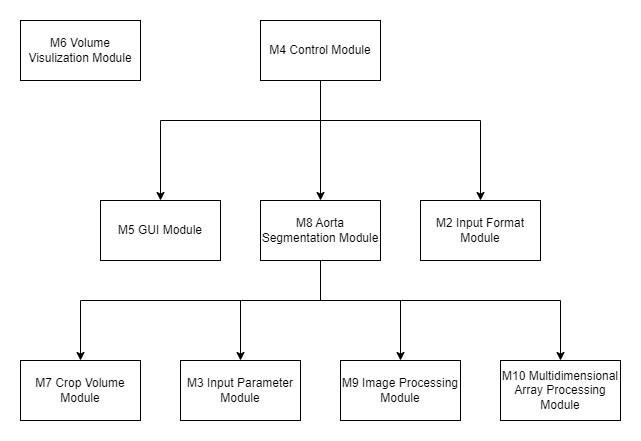
This is docs/Design/MG/UsesHierarchy.png from smiths/aorta, a draw.io export, as it was before one commit. Source tidied: cells renumbered, new cells last; positions are measured from the earlier drawing's top-left corner, leaving out a move shared by most shapes. Its diagram source:
```xml
<mxGraphModel>
  <root>
    <mxCell id="0" />
    <mxCell id="1" parent="0" />
    <mxCell id="2" value="M5 GUI Module" style="rounded=0;whiteSpace=wrap;html=1;" parent="1" vertex="1">
      <mxGeometry x="80" y="180" width="120" height="60" as="geometry" />
    </mxCell>
    <mxCell id="3" value="M2 Input Format Module" style="rounded=0;whiteSpace=wrap;html=1;" parent="1" vertex="1">
      <mxGeometry x="400" y="180" width="120" height="60" as="geometry" />
    </mxCell>
    <mxCell id="4" style="edgeStyle=orthogonalEdgeStyle;rounded=0;jettySize=auto;html=1;" parent="1" edge="1" source="7" target="3">
      <mxGeometry relative="1" as="geometry">
        <Array as="points">
          <mxPoint x="300" y="100" />
          <mxPoint x="460" y="100" />
        </Array>
      </mxGeometry>
    </mxCell>
    <mxCell id="5" style="edgeStyle=orthogonalEdgeStyle;rounded=0;jettySize=auto;html=1;" parent="1" edge="1" source="7" target="14">
      <mxGeometry relative="1" as="geometry" />
    </mxCell>
    <mxCell id="6" style="edgeStyle=orthogonalEdgeStyle;rounded=0;jettySize=auto;html=1;entryX=0.5;entryY=0;entryDx=0;entryDy=0;" parent="1" edge="1" source="7" target="2">
      <mxGeometry relative="1" as="geometry">
        <Array as="points">
          <mxPoint x="300" y="100" />
          <mxPoint x="140" y="100" />
        </Array>
      </mxGeometry>
    </mxCell>
    <mxCell id="7" value="M4 Control Module" style="rounded=0;whiteSpace=wrap;html=1;" parent="1" vertex="1">
      <mxGeometry x="240" width="120" height="60" as="geometry" />
    </mxCell>
    <mxCell id="8" value="M6 Volume Visulization Module" style="rounded=0;whiteSpace=wrap;html=1;" parent="1" vertex="1">
      <mxGeometry width="120" height="60" as="geometry" />
    </mxCell>
    <mxCell id="9" value="M7 Crop Volume Module" style="rounded=0;whiteSpace=wrap;html=1;" parent="1" vertex="1">
      <mxGeometry y="340" width="120" height="60" as="geometry" />
    </mxCell>
    <mxCell id="10" style="edgeStyle=orthogonalEdgeStyle;rounded=0;jettySize=auto;html=1;exitX=0.5;exitY=1;exitDx=0;exitDy=0;" parent="1" edge="1" source="14" target="15">
      <mxGeometry relative="1" as="geometry">
        <Array as="points">
          <mxPoint x="300" y="280" />
          <mxPoint x="220" y="280" />
        </Array>
      </mxGeometry>
    </mxCell>
    <mxCell id="11" style="edgeStyle=orthogonalEdgeStyle;rounded=0;jettySize=auto;html=1;exitX=0.5;exitY=1;exitDx=0;exitDy=0;" parent="1" edge="1" source="14" target="16">
      <mxGeometry relative="1" as="geometry">
        <Array as="points">
          <mxPoint x="300" y="280" />
          <mxPoint x="380" y="280" />
        </Array>
      </mxGeometry>
    </mxCell>
    <mxCell id="12" style="edgeStyle=orthogonalEdgeStyle;rounded=0;jettySize=auto;html=1;exitX=0.5;exitY=1;exitDx=0;exitDy=0;" parent="1" edge="1" source="14" target="17">
      <mxGeometry relative="1" as="geometry">
        <Array as="points">
          <mxPoint x="300" y="280" />
          <mxPoint x="540" y="280" />
        </Array>
      </mxGeometry>
    </mxCell>
    <mxCell id="13" style="edgeStyle=orthogonalEdgeStyle;rounded=0;jettySize=auto;html=1;" parent="1" edge="1" source="14" target="9">
      <mxGeometry relative="1" as="geometry">
        <Array as="points">
          <mxPoint x="300" y="280" />
          <mxPoint x="60" y="280" />
        </Array>
      </mxGeometry>
    </mxCell>
    <mxCell id="14" value="M8 Aorta Segmentation Module" style="rounded=0;whiteSpace=wrap;html=1;" parent="1" vertex="1">
      <mxGeometry x="240" y="180" width="120" height="60" as="geometry" />
    </mxCell>
    <mxCell id="15" value="M3 Input Parameter Module" style="rounded=0;whiteSpace=wrap;html=1;" parent="1" vertex="1">
      <mxGeometry x="160" y="340" width="120" height="60" as="geometry" />
    </mxCell>
    <mxCell id="16" value="M9 Image Processing Module" style="rounded=0;whiteSpace=wrap;html=1;" parent="1" vertex="1">
      <mxGeometry x="320" y="340" width="120" height="60" as="geometry" />
    </mxCell>
    <mxCell id="17" value="M10 Multidimensional Array Processing Module" style="rounded=0;whiteSpace=wrap;html=1;" parent="1" vertex="1">
      <mxGeometry x="480" y="340" width="120" height="60" as="geometry" />
    </mxCell>
  </root>
</mxGraphModel>
```
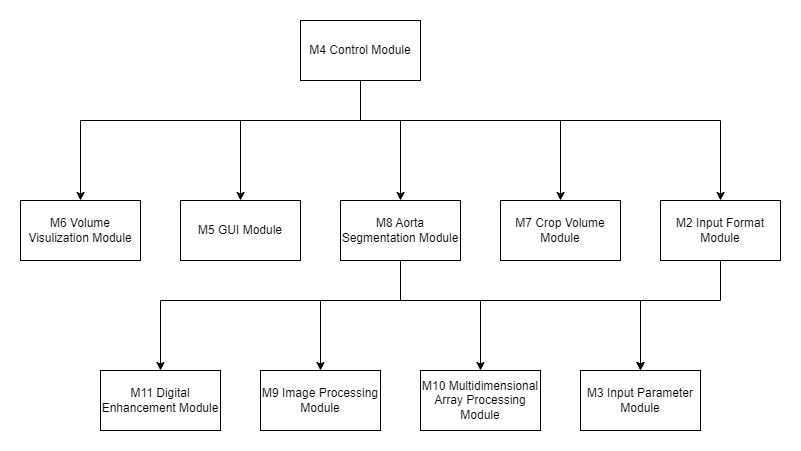
The same file after the commit.

Commit message:
Added Use Hierarchy, Add code mapping for Digital Enhancement module

The edit, as a diff of the source:
```diff
@@ -3,82 +3,115 @@
     <mxCell id="0" />
     <mxCell id="1" parent="0" />
     <mxCell id="2" value="M5 GUI Module" style="rounded=0;whiteSpace=wrap;html=1;" parent="1" vertex="1">
-      <mxGeometry x="80" y="180" width="120" height="60" as="geometry" />
+      <mxGeometry x="120" y="180" width="120" height="60" as="geometry" />
     </mxCell>
-    <mxCell id="3" value="M2 Input Format Module" style="rounded=0;whiteSpace=wrap;html=1;" parent="1" vertex="1">
-      <mxGeometry x="400" y="180" width="120" height="60" as="geometry" />
+    <mxCell id="3" style="edgeStyle=orthogonalEdgeStyle;rounded=0;jettySize=auto;html=1;exitX=0.5;exitY=1;exitDx=0;exitDy=0;" parent="1" edge="1" source="4" target="21">
+      <mxGeometry relative="1" as="geometry">
+        <Array as="points">
+          <mxPoint x="660" y="280" />
+          <mxPoint x="580" y="280" />
+        </Array>
+      </mxGeometry>
     </mxCell>
-    <mxCell id="4" style="edgeStyle=orthogonalEdgeStyle;rounded=0;jettySize=auto;html=1;" parent="1" edge="1" source="7" target="3">
-      <mxGeometry relative="1" as="geometry">
-        <Array as="points">
-          <mxPoint x="300" y="100" />
-          <mxPoint x="460" y="100" />
-        </Array>
-      </mxGeometry>
+    <mxCell id="4" value="M2 Input Format Module" style="rounded=0;whiteSpace=wrap;html=1;" parent="1" vertex="1">
+      <mxGeometry x="600" y="180" width="120" height="60" as="geometry" />
     </mxCell>
-    <mxCell id="5" style="edgeStyle=orthogonalEdgeStyle;rounded=0;jettySize=auto;html=1;" parent="1" edge="1" source="7" target="14">
-      <mxGeometry relative="1" as="geometry" />
+    <mxCell id="5" style="edgeStyle=orthogonalEdgeStyle;rounded=0;jettySize=auto;html=1;exitX=0.5;exitY=1;exitDx=0;exitDy=0;entryX=0.5;entryY=0;entryDx=0;entryDy=0;" parent="1" edge="1" source="10" target="4">
+      <mxGeometry relative="1" as="geometry">
+        <Array as="points">
+          <mxPoint x="300" y="100" />
+          <mxPoint x="660" y="100" />
+        </Array>
+      </mxGeometry>
     </mxCell>
-    <mxCell id="6" style="edgeStyle=orthogonalEdgeStyle;rounded=0;jettySize=auto;html=1;entryX=0.5;entryY=0;entryDx=0;entryDy=0;" parent="1" edge="1" source="7" target="2">
+    <mxCell id="6" style="edgeStyle=orthogonalEdgeStyle;rounded=0;jettySize=auto;html=1;" parent="1" edge="1" source="10" target="17">
       <mxGeometry relative="1" as="geometry">
         <Array as="points">
           <mxPoint x="300" y="100" />
-          <mxPoint x="140" y="100" />
+          <mxPoint x="340" y="100" />
         </Array>
       </mxGeometry>
     </mxCell>
-    <mxCell id="7" value="M4 Control Module" style="rounded=0;whiteSpace=wrap;html=1;" parent="1" vertex="1">
-      <mxGeometry x="240" width="120" height="60" as="geometry" />
+    <mxCell id="7" style="edgeStyle=orthogonalEdgeStyle;rounded=0;jettySize=auto;html=1;entryX=0.5;entryY=0;entryDx=0;entryDy=0;" parent="1" edge="1" source="10" target="2">
+      <mxGeometry relative="1" as="geometry">
+        <Array as="points">
+          <mxPoint x="300" y="100" />
+          <mxPoint x="180" y="100" />
+        </Array>
+      </mxGeometry>
     </mxCell>
-    <mxCell id="8" value="M6 Volume Visulization Module" style="rounded=0;whiteSpace=wrap;html=1;" parent="1" vertex="1">
-      <mxGeometry width="120" height="60" as="geometry" />
+    <mxCell id="8" style="edgeStyle=orthogonalEdgeStyle;rounded=0;jettySize=auto;html=1;entryX=0.5;entryY=0;entryDx=0;entryDy=0;exitX=0.5;exitY=1;exitDx=0;exitDy=0;" parent="1" edge="1" source="10" target="12">
+      <mxGeometry relative="1" as="geometry">
+        <Array as="points">
+          <mxPoint x="300" y="100" />
+          <mxPoint x="500" y="100" />
+        </Array>
+      </mxGeometry>
     </mxCell>
-    <mxCell id="9" value="M7 Crop Volume Module" style="rounded=0;whiteSpace=wrap;html=1;" parent="1" vertex="1">
-      <mxGeometry y="340" width="120" height="60" as="geometry" />
+    <mxCell id="9" style="edgeStyle=orthogonalEdgeStyle;rounded=0;jettySize=auto;html=1;entryX=0.5;entryY=0;entryDx=0;entryDy=0;" parent="1" edge="1" source="10" target="11">
+      <mxGeometry relative="1" as="geometry">
+        <Array as="points">
+          <mxPoint x="300" y="100" />
+          <mxPoint x="20" y="100" />
+        </Array>
+      </mxGeometry>
     </mxCell>
-    <mxCell id="10" style="edgeStyle=orthogonalEdgeStyle;rounded=0;jettySize=auto;html=1;exitX=0.5;exitY=1;exitDx=0;exitDy=0;" parent="1" edge="1" source="14" target="15">
-      <mxGeometry relative="1" as="geometry">
-        <Array as="points">
-          <mxPoint x="300" y="280" />
-          <mxPoint x="220" y="280" />
-        </Array>
-      </mxGeometry>
+    <mxCell id="10" value="M4 Control Module" style="rounded=0;whiteSpace=wrap;html=1;" parent="1" vertex="1">
+      <mxGeometry x="240" width="120" height="60" as="geometry" />
     </mxCell>
-    <mxCell id="11" style="edgeStyle=orthogonalEdgeStyle;rounded=0;jettySize=auto;html=1;exitX=0.5;exitY=1;exitDx=0;exitDy=0;" parent="1" edge="1" source="14" target="16">
-      <mxGeometry relative="1" as="geometry">
-        <Array as="points">
-          <mxPoint x="300" y="280" />
-          <mxPoint x="380" y="280" />
-        </Array>
-      </mxGeometry>
+    <mxCell id="11" value="M6 Volume Visulization Module" style="rounded=0;whiteSpace=wrap;html=1;" parent="1" vertex="1">
+      <mxGeometry x="-40" y="180" width="120" height="60" as="geometry" />
     </mxCell>
-    <mxCell id="12" style="edgeStyle=orthogonalEdgeStyle;rounded=0;jettySize=auto;html=1;exitX=0.5;exitY=1;exitDx=0;exitDy=0;" parent="1" edge="1" source="14" target="17">
-      <mxGeometry relative="1" as="geometry">
-        <Array as="points">
-          <mxPoint x="300" y="280" />
-          <mxPoint x="540" y="280" />
-        </Array>
-      </mxGeometry>
+    <mxCell id="12" value="M7 Crop Volume Module" style="rounded=0;whiteSpace=wrap;html=1;" parent="1" vertex="1">
+      <mxGeometry x="440" y="180" width="120" height="60" as="geometry" />
     </mxCell>
-    <mxCell id="13" style="edgeStyle=orthogonalEdgeStyle;rounded=0;jettySize=auto;html=1;" parent="1" edge="1" source="14" target="9">
+    <mxCell id="13" style="edgeStyle=orthogonalEdgeStyle;rounded=0;jettySize=auto;html=1;exitX=0.5;exitY=1;exitDx=0;exitDy=0;" parent="1" edge="1" source="17" target="18">
       <mxGeometry relative="1" as="geometry">
         <Array as="points">
-          <mxPoint x="300" y="280" />
-          <mxPoint x="60" y="280" />
+          <mxPoint x="340" y="280" />
+          <mxPoint x="100" y="280" />
         </Array>
       </mxGeometry>
     </mxCell>
-    <mxCell id="14" value="M8 Aorta Segmentation Module" style="rounded=0;whiteSpace=wrap;html=1;" parent="1" vertex="1">
-      <mxGeometry x="240" y="180" width="120" height="60" as="geometry" />
+    <mxCell id="14" style="edgeStyle=orthogonalEdgeStyle;rounded=0;jettySize=auto;html=1;" parent="1" edge="1" target="19">
+      <mxGeometry relative="1" as="geometry">
+        <mxPoint x="250" y="280" as="sourcePoint" />
+        <Array as="points">
+          <mxPoint x="220" y="280" />
+          <mxPoint x="300" y="280" />
+        </Array>
+      </mxGeometry>
     </mxCell>
-    <mxCell id="15" value="M3 Input Parameter Module" style="rounded=0;whiteSpace=wrap;html=1;" parent="1" vertex="1">
-      <mxGeometry x="160" y="340" width="120" height="60" as="geometry" />
+    <mxCell id="15" style="edgeStyle=orthogonalEdgeStyle;rounded=0;jettySize=auto;html=1;exitX=0.5;exitY=1;exitDx=0;exitDy=0;" parent="1" edge="1" source="17" target="20">
+      <mxGeometry relative="1" as="geometry">
+        <Array as="points">
+          <mxPoint x="340" y="280" />
+          <mxPoint x="420" y="280" />
+        </Array>
+      </mxGeometry>
     </mxCell>
-    <mxCell id="16" value="M9 Image Processing Module" style="rounded=0;whiteSpace=wrap;html=1;" parent="1" vertex="1">
-      <mxGeometry x="320" y="340" width="120" height="60" as="geometry" />
+    <mxCell id="16" style="edgeStyle=orthogonalEdgeStyle;rounded=0;jettySize=auto;html=1;exitX=0.5;exitY=1;exitDx=0;exitDy=0;" parent="1" edge="1" source="17" target="21">
+      <mxGeometry relative="1" as="geometry">
+        <Array as="points">
+          <mxPoint x="340" y="280" />
+          <mxPoint x="580" y="280" />
+        </Array>
+      </mxGeometry>
     </mxCell>
-    <mxCell id="17" value="M10 Multidimensional Array Processing Module" style="rounded=0;whiteSpace=wrap;html=1;" parent="1" vertex="1">
-      <mxGeometry x="480" y="340" width="120" height="60" as="geometry" />
+    <mxCell id="17" value="M8 Aorta Segmentation Module" style="rounded=0;whiteSpace=wrap;html=1;" parent="1" vertex="1">
+      <mxGeometry x="280" y="180" width="120" height="60" as="geometry" />
     </mxCell>
+    <mxCell id="18" value="M11 Digital Enhancement Module" style="rounded=0;whiteSpace=wrap;html=1;" parent="1" vertex="1">
+      <mxGeometry x="40" y="350" width="120" height="60" as="geometry" />
+    </mxCell>
+    <mxCell id="19" value="M9 Image Processing Module" style="rounded=0;whiteSpace=wrap;html=1;" parent="1" vertex="1">
+      <mxGeometry x="200" y="350" width="120" height="60" as="geometry" />
+    </mxCell>
+    <mxCell id="20" value="M10 Multidimensional Array Processing Module" style="rounded=0;whiteSpace=wrap;html=1;" parent="1" vertex="1">
+      <mxGeometry x="360" y="350" width="120" height="60" as="geometry" />
+    </mxCell>
+    <mxCell id="21" value="M3 Input Parameter Module" style="rounded=0;whiteSpace=wrap;html=1;" parent="1" vertex="1">
+      <mxGeometry x="520" y="350" width="120" height="60" as="geometry" />
+    </mxCell>
   </root>
 </mxGraphModel>
```
